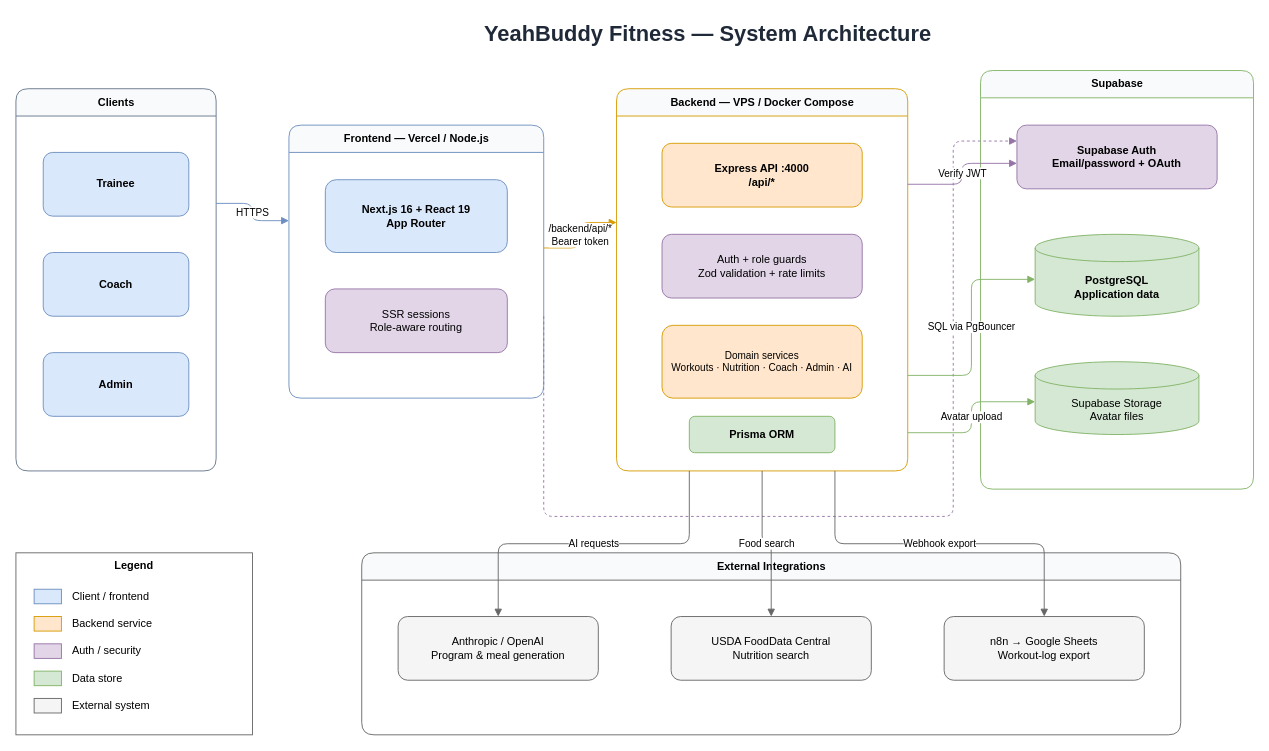
The draw.io diagram docs/architecture.drawio in hominhduc-dev/fitness-tracking-webapp, before the edit. Source tidied: cells renumbered, new cells numbered last; positions are measured from the earlier drawing's top-left corner, leaving out a move shared by most shapes. Both pictures are drawn from the tidied source at 91%, with x=0, y=0 at pixel (15, 15).
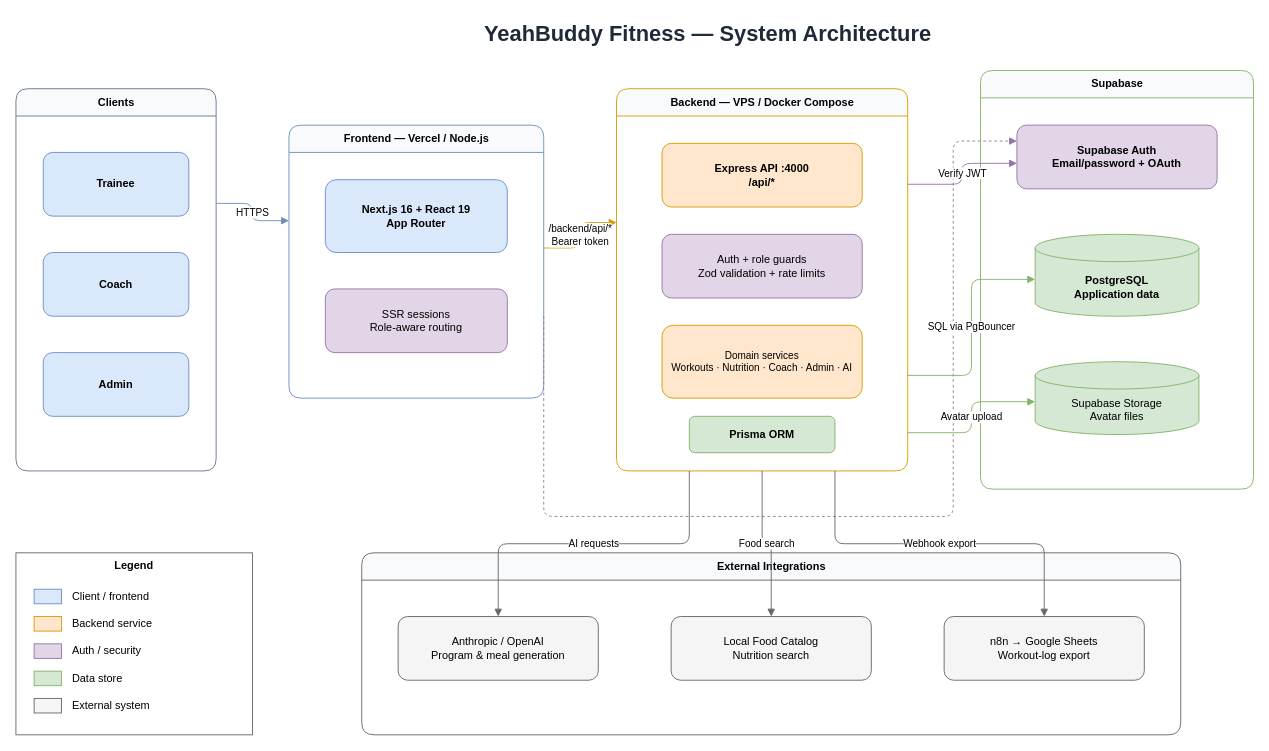
Above is the later version.

Unchanged cells that the change refers to:
```xml
<mxCell id="19" value="External Integrations" style="swimlane;startSize=30;rounded=1;html=1;fillColor=#f8fafc;strokeColor=#666666;fontStyle=1;" parent="1" vertex="1">
  <mxGeometry x="380" y="590" width="900" height="200" as="geometry" />
</mxCell>
```

Change to the diagram source:
```diff
@@
-    <mxCell id="21" value="USDA FoodData Central&#10;Nutrition search" style="rounded=1;whiteSpace=wrap;html=1;fillColor=#f5f5f5;strokeColor=#666666;" parent="19" vertex="1">
+    <mxCell id="21" value="Local Food Catalog&#10;Nutrition search" style="rounded=1;whiteSpace=wrap;html=1;fillColor=#f5f5f5;strokeColor=#666666;" parent="19" vertex="1">
       <mxGeometry x="340" y="70" width="220" height="70" as="geometry" />
     </mxCell>
```
